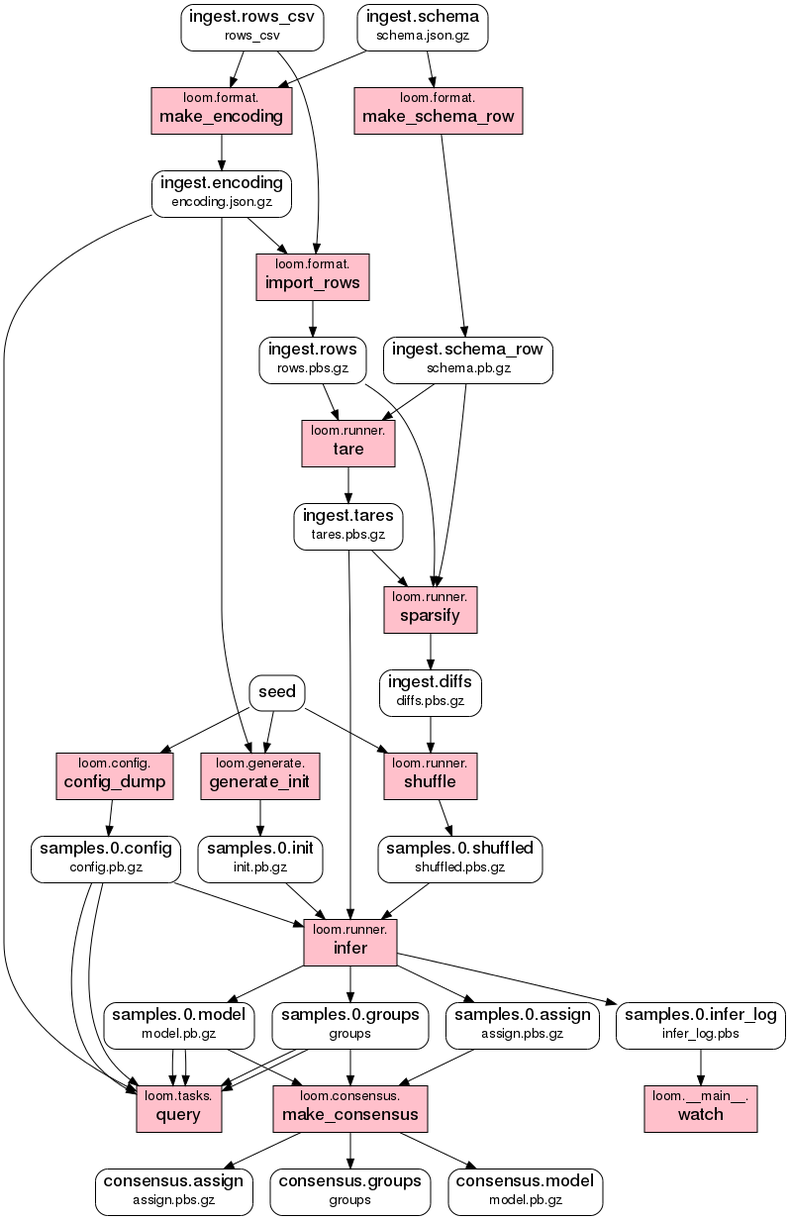
The Graphviz diagram doc/dataflow.png in priorknowledge/loom, before a commit. Its source is kept beside it as doc/dataflow.dot.
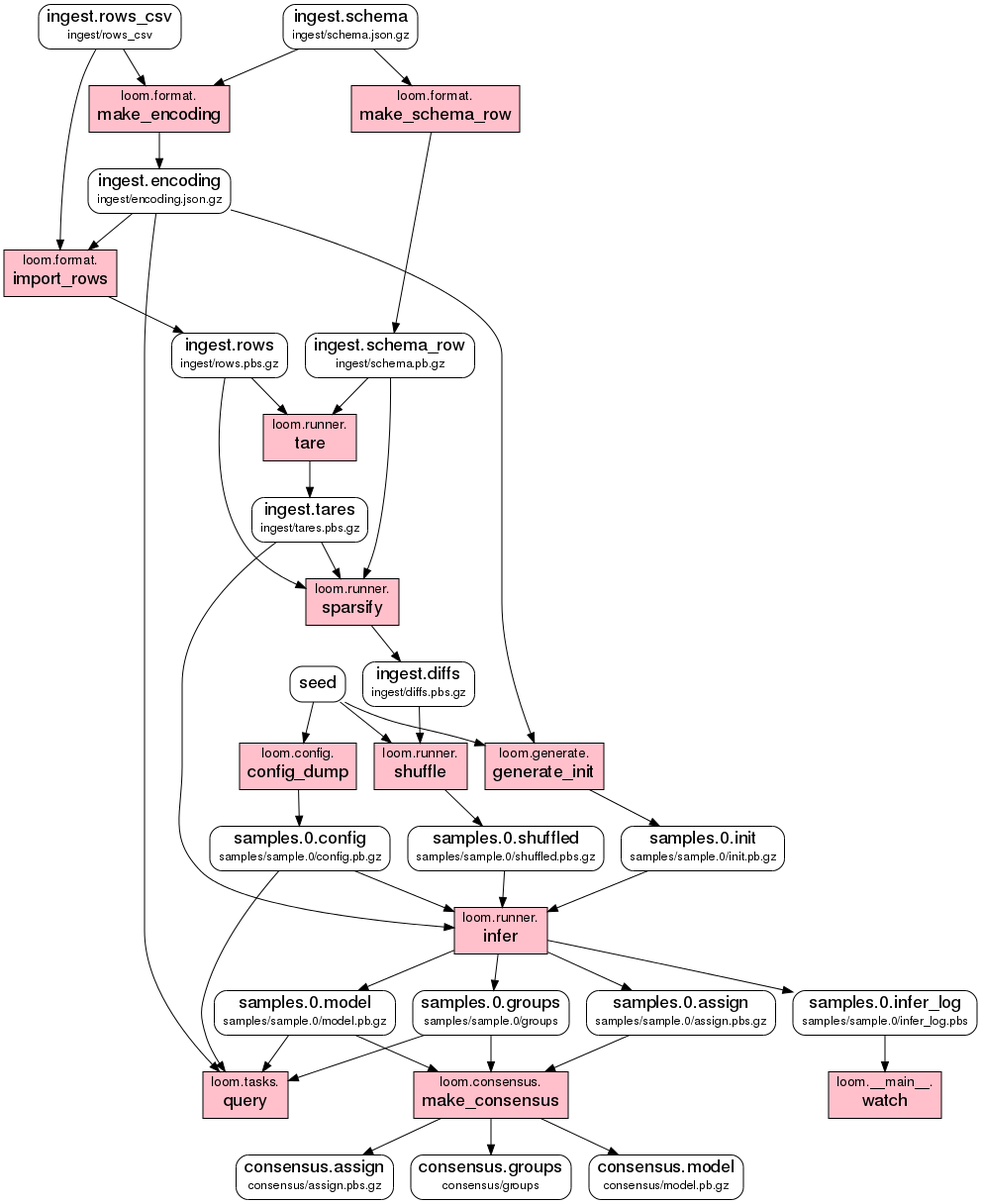
Above is the later version.

What changed in the source:
```diff
@@ -6,23 +6,23 @@
 
   {
     node [shape=Mrecord];
-    consensus_assign [label=<<FONT POINT-SIZE="18">consensus.assign</FONT><BR/>assign.pbs.gz>];
-    consensus_groups [label=<<FONT POINT-SIZE="18">consensus.groups</FONT><BR/>groups>];
-    consensus_model [label=<<FONT POINT-SIZE="18">consensus.model</FONT><BR/>model.pb.gz>];
-    ingest_diffs [label=<<FONT POINT-SIZE="18">ingest.diffs</FONT><BR/>diffs.pbs.gz>];
-    ingest_encoding [label=<<FONT POINT-SIZE="18">ingest.encoding</FONT><BR/>encoding.json.gz>];
-    ingest_rows [label=<<FONT POINT-SIZE="18">ingest.rows</FONT><BR/>rows.pbs.gz>];
-    ingest_rows_csv [label=<<FONT POINT-SIZE="18">ingest.rows_csv</FONT><BR/>rows_csv>];
-    ingest_schema [label=<<FONT POINT-SIZE="18">ingest.schema</FONT><BR/>schema.json.gz>];
-    ingest_schema_row [label=<<FONT POINT-SIZE="18">ingest.schema_row</FONT><BR/>schema.pb.gz>];
-    ingest_tares [label=<<FONT POINT-SIZE="18">ingest.tares</FONT><BR/>tares.pbs.gz>];
-    samples_0_assign [label=<<FONT POINT-SIZE="18">samples.0.assign</FONT><BR/>assign.pbs.gz>];
-    samples_0_config [label=<<FONT POINT-SIZE="18">samples.0.config</FONT><BR/>config.pb.gz>];
-    samples_0_groups [label=<<FONT POINT-SIZE="18">samples.0.groups</FONT><BR/>groups>];
-    samples_0_infer_log [label=<<FONT POINT-SIZE="18">samples.0.infer_log</FONT><BR/>infer_log.pbs>];
-    samples_0_init [label=<<FONT POINT-SIZE="18">samples.0.init</FONT><BR/>init.pb.gz>];
-    samples_0_model [label=<<FONT POINT-SIZE="18">samples.0.model</FONT><BR/>model.pb.gz>];
-    samples_0_shuffled [label=<<FONT POINT-SIZE="18">samples.0.shuffled</FONT><BR/>shuffled.pbs.gz>];
+    consensus_assign [label=<<FONT POINT-SIZE="18">consensus.assign</FONT><BR/><FONT POINT-SIZE="12">consensus/assign.pbs.gz</FONT>>];
+    consensus_groups [label=<<FONT POINT-SIZE="18">consensus.groups</FONT><BR/><FONT POINT-SIZE="12">consensus/groups</FONT>>];
+    consensus_model [label=<<FONT POINT-SIZE="18">consensus.model</FONT><BR/><FONT POINT-SIZE="12">consensus/model.pb.gz</FONT>>];
+    ingest_diffs [label=<<FONT POINT-SIZE="18">ingest.diffs</FONT><BR/><FONT POINT-SIZE="12">ingest/diffs.pbs.gz</FONT>>];
+    ingest_encoding [label=<<FONT POINT-SIZE="18">ingest.encoding</FONT><BR/><FONT POINT-SIZE="12">ingest/encoding.json.gz</FONT>>];
+    ingest_rows [label=<<FONT POINT-SIZE="18">ingest.rows</FONT><BR/><FONT POINT-SIZE="12">ingest/rows.pbs.gz</FONT>>];
+    ingest_rows_csv [label=<<FONT POINT-SIZE="18">ingest.rows_csv</FONT><BR/><FONT POINT-SIZE="12">ingest/rows_csv</FONT>>];
+    ingest_schema [label=<<FONT POINT-SIZE="18">ingest.schema</FONT><BR/><FONT POINT-SIZE="12">ingest/schema.json.gz</FONT>>];
+    ingest_schema_row [label=<<FONT POINT-SIZE="18">ingest.schema_row</FONT><BR/><FONT POINT-SIZE="12">ingest/schema.pb.gz</FONT>>];
+    ingest_tares [label=<<FONT POINT-SIZE="18">ingest.tares</FONT><BR/><FONT POINT-SIZE="12">ingest/tares.pbs.gz</FONT>>];
+    samples_0_assign [label=<<FONT POINT-SIZE="18">samples.0.assign</FONT><BR/><FONT POINT-SIZE="12">samples/sample.0/assign.pbs.gz</FONT>>];
+    samples_0_config [label=<<FONT POINT-SIZE="18">samples.0.config</FONT><BR/><FONT POINT-SIZE="12">samples/sample.0/config.pb.gz</FONT>>];
+    samples_0_groups [label=<<FONT POINT-SIZE="18">samples.0.groups</FONT><BR/><FONT POINT-SIZE="12">samples/sample.0/groups</FONT>>];
+    samples_0_infer_log [label=<<FONT POINT-SIZE="18">samples.0.infer_log</FONT><BR/><FONT POINT-SIZE="12">samples/sample.0/infer_log.pbs</FONT>>];
+    samples_0_init [label=<<FONT POINT-SIZE="18">samples.0.init</FONT><BR/><FONT POINT-SIZE="12">samples/sample.0/init.pb.gz</FONT>>];
+    samples_0_model [label=<<FONT POINT-SIZE="18">samples.0.model</FONT><BR/><FONT POINT-SIZE="12">samples/sample.0/model.pb.gz</FONT>>];
+    samples_0_shuffled [label=<<FONT POINT-SIZE="18">samples.0.shuffled</FONT><BR/><FONT POINT-SIZE="12">samples/sample.0/shuffled.pbs.gz</FONT>>];
     seed [label=<<FONT POINT-SIZE="18">seed</FONT>>];
   }
 
@@ -37,7 +37,6 @@
     make_schema_row [label=<loom.format.<BR/><FONT POINT-SIZE="18">make_schema_row</FONT>>, fillcolor=pink];
     generate_init [label=<loom.generate.<BR/><FONT POINT-SIZE="18">generate_init</FONT>>, fillcolor=pink];
     infer [label=<loom.runner.<BR/><FONT POINT-SIZE="18">infer</FONT>>, fillcolor=pink];
-    query [label=<loom.runner.<BR/><FONT POINT-SIZE="18">query</FONT>>, fillcolor=pink];
     shuffle [label=<loom.runner.<BR/><FONT POINT-SIZE="18">shuffle</FONT>>, fillcolor=pink];
     sparsify [label=<loom.runner.<BR/><FONT POINT-SIZE="18">sparsify</FONT>>, fillcolor=pink];
     tare [label=<loom.runner.<BR/><FONT POINT-SIZE="18">tare</FONT>>, fillcolor=pink];
@@ -71,9 +70,6 @@
     infer -> samples_0_groups [weight=1.0];
     infer -> samples_0_assign [weight=1.0];
     infer -> samples_0_infer_log [weight=1.0];
-    samples_0_config -> query [weight=1.0];
-    samples_0_model -> query [weight=1.0];
-    samples_0_groups -> query [weight=1.0];
     ingest_diffs -> shuffle [weight=1.0];
     seed -> shuffle [weight=1.0];
     shuffle -> samples_0_shuffled [weight=1.0];
```
